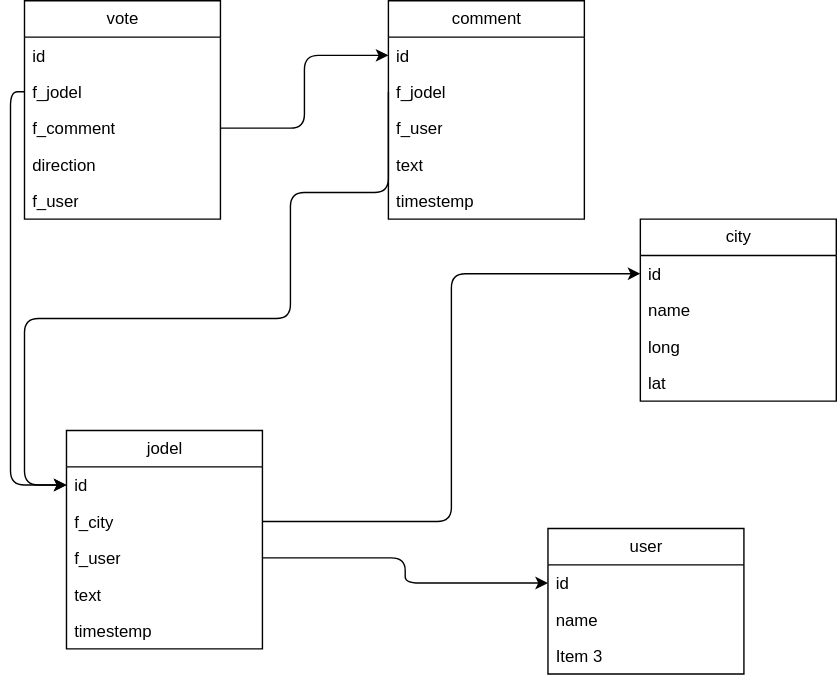
The draw.io diagram doc/diagram.svg in nicolai99/hs_jodel, before a commit. Source tidied: cells renumbered, new cells last; positions are measured from the earlier drawing's top-left corner, leaving out a move shared by most shapes.
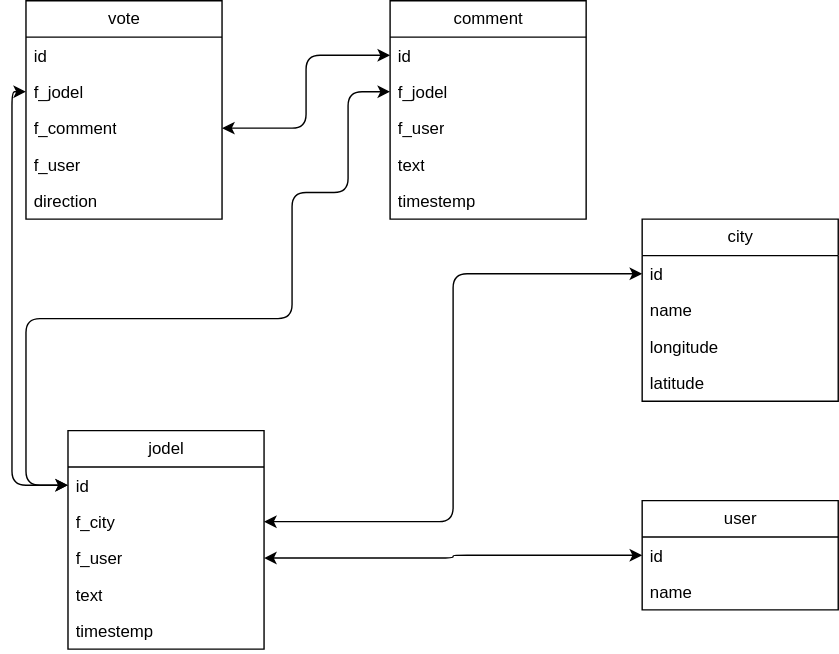
After the change.

The edit, as a diff of the source:
```diff
@@ -2,7 +2,7 @@
   <root>
     <mxCell id="0" />
     <mxCell id="1" parent="0" />
-    <mxCell id="2" style="edgeStyle=orthogonalEdgeStyle;html=1;entryX=0;entryY=0.5;entryDx=0;entryDy=0;exitX=0;exitY=0.5;exitDx=0;exitDy=0;" parent="1" edge="1" source="5" target="10">
+    <mxCell id="2" style="edgeStyle=orthogonalEdgeStyle;html=1;entryX=0;entryY=0.5;entryDx=0;entryDy=0;exitX=0;exitY=0.5;exitDx=0;exitDy=0;startArrow=classic;startFill=1;" parent="1" edge="1" source="5" target="10">
       <mxGeometry relative="1" as="geometry" />
     </mxCell>
     <mxCell id="3" value="vote" style="swimlane;fontStyle=0;horizontal=1;startSize=26;fillColor=none;html=1;" parent="1" vertex="1">
@@ -17,12 +17,12 @@
     <mxCell id="6" value="f_comment" style="text;strokeColor=none;fillColor=none;align=left;verticalAlign=top;spacingLeft=4;spacingRight=4;overflow=hidden;points=[[0,0.5],[1,0.5]];portConstraint=eastwest;whiteSpace=wrap;html=1;" parent="3" vertex="1">
       <mxGeometry y="78" width="140" height="26" as="geometry" />
     </mxCell>
+    <mxCell id="8" value="f_user" style="text;strokeColor=none;fillColor=none;align=left;verticalAlign=top;spacingLeft=4;spacingRight=4;overflow=hidden;whiteSpace=wrap;html=1;" parent="3" vertex="1">
+      <mxGeometry y="104" width="140" height="26" as="geometry" />
+    </mxCell>
     <mxCell id="7" value="direction" style="text;strokeColor=none;fillColor=none;align=left;verticalAlign=top;spacingLeft=4;spacingRight=4;overflow=hidden;whiteSpace=wrap;html=1;" parent="3" vertex="1">
-      <mxGeometry y="104" width="140" height="26" as="geometry" />
+      <mxGeometry y="130" width="140" height="26" as="geometry" />
     </mxCell>
-    <mxCell id="8" value="f_user" style="text;strokeColor=none;fillColor=none;align=left;verticalAlign=top;spacingLeft=4;spacingRight=4;overflow=hidden;whiteSpace=wrap;html=1;" parent="3" vertex="1">
-      <mxGeometry y="130" width="140" height="26" as="geometry" />
-    </mxCell>
     <mxCell id="9" value="jodel" style="swimlane;fontStyle=0;horizontal=1;startSize=26;fillColor=none;html=1;" parent="1" vertex="1">
       <mxGeometry x="30" y="307" width="140" height="156" as="geometry" />
     </mxCell>
@@ -68,14 +68,14 @@
     <mxCell id="23" value="name" style="text;strokeColor=none;fillColor=none;align=left;verticalAlign=top;spacingLeft=4;spacingRight=4;overflow=hidden;whiteSpace=wrap;html=1;" parent="21" vertex="1">
       <mxGeometry y="52" width="140" height="26" as="geometry" />
     </mxCell>
-    <mxCell id="24" value="long" style="text;strokeColor=none;fillColor=none;align=left;verticalAlign=top;spacingLeft=4;spacingRight=4;overflow=hidden;whiteSpace=wrap;html=1;" parent="21" vertex="1">
+    <mxCell id="24" value="longitude" style="text;strokeColor=none;fillColor=none;align=left;verticalAlign=top;spacingLeft=4;spacingRight=4;overflow=hidden;whiteSpace=wrap;html=1;" parent="21" vertex="1">
       <mxGeometry y="78" width="140" height="26" as="geometry" />
     </mxCell>
-    <mxCell id="25" value="lat" style="text;strokeColor=none;fillColor=none;align=left;verticalAlign=top;spacingLeft=4;spacingRight=4;overflow=hidden;whiteSpace=wrap;html=1;" parent="21" vertex="1">
+    <mxCell id="25" value="latitude" style="text;strokeColor=none;fillColor=none;align=left;verticalAlign=top;spacingLeft=4;spacingRight=4;overflow=hidden;whiteSpace=wrap;html=1;" parent="21" vertex="1">
       <mxGeometry y="104" width="140" height="26" as="geometry" />
     </mxCell>
     <mxCell id="26" value="user" style="swimlane;fontStyle=0;horizontal=1;startSize=26;fillColor=none;html=1;" parent="1" vertex="1">
-      <mxGeometry x="374" y="377" width="140" height="104" as="geometry" />
+      <mxGeometry x="440" y="357" width="140" height="78" as="geometry" />
     </mxCell>
     <mxCell id="27" value="id" style="text;strokeColor=none;fillColor=none;align=left;verticalAlign=top;spacingLeft=4;spacingRight=4;overflow=hidden;points=[[0,0.5],[1,0.5]];portConstraint=eastwest;whiteSpace=wrap;html=1;" parent="26" vertex="1">
       <mxGeometry y="26" width="140" height="26" as="geometry" />
@@ -83,13 +83,11 @@
     <mxCell id="28" value="name" style="text;strokeColor=none;fillColor=none;align=left;verticalAlign=top;spacingLeft=4;spacingRight=4;overflow=hidden;whiteSpace=wrap;html=1;" parent="26" vertex="1">
       <mxGeometry y="52" width="140" height="26" as="geometry" />
     </mxCell>
-    <mxCell id="29" value="Item 3" style="text;strokeColor=none;fillColor=none;align=left;verticalAlign=top;spacingLeft=4;spacingRight=4;overflow=hidden;whiteSpace=wrap;html=1;" parent="26" vertex="1">
-      <mxGeometry y="78" width="140" height="26" as="geometry" />
-    </mxCell>
-    <mxCell id="30" style="edgeStyle=orthogonalEdgeStyle;html=1;entryX=0;entryY=0.5;entryDx=0;entryDy=0;exitX=0;exitY=0.5;exitDx=0;exitDy=0;" parent="1" edge="1" source="17" target="10">
+    <mxCell id="30" style="edgeStyle=orthogonalEdgeStyle;html=1;entryX=0;entryY=0.5;entryDx=0;entryDy=0;exitX=0;exitY=0.5;exitDx=0;exitDy=0;startArrow=classic;startFill=1;" parent="1" edge="1" source="17" target="10">
       <mxGeometry relative="1" as="geometry">
         <Array as="points">
-          <mxPoint x="260" y="137" />
+          <mxPoint x="230" y="65" />
+          <mxPoint x="230" y="137" />
           <mxPoint x="190" y="137" />
           <mxPoint x="190" y="227" />
           <mxPoint y="227" />
@@ -97,13 +95,13 @@
         </Array>
       </mxGeometry>
     </mxCell>
-    <mxCell id="31" style="edgeStyle=orthogonalEdgeStyle;html=1;" parent="1" edge="1" source="6" target="16">
+    <mxCell id="31" style="edgeStyle=orthogonalEdgeStyle;html=1;startArrow=classic;startFill=1;" parent="1" edge="1" source="6" target="16">
       <mxGeometry relative="1" as="geometry" />
     </mxCell>
-    <mxCell id="32" style="edgeStyle=orthogonalEdgeStyle;html=1;entryX=0;entryY=0.5;entryDx=0;entryDy=0;" parent="1" edge="1" source="11" target="22">
+    <mxCell id="32" style="edgeStyle=orthogonalEdgeStyle;html=1;entryX=0;entryY=0.5;entryDx=0;entryDy=0;startArrow=classic;startFill=1;" parent="1" edge="1" source="11" target="22">
       <mxGeometry relative="1" as="geometry" />
     </mxCell>
-    <mxCell id="33" style="edgeStyle=orthogonalEdgeStyle;html=1;entryX=0;entryY=0.5;entryDx=0;entryDy=0;" parent="1" edge="1" source="12" target="27">
+    <mxCell id="33" style="edgeStyle=orthogonalEdgeStyle;html=1;entryX=0;entryY=0.5;entryDx=0;entryDy=0;startArrow=classic;startFill=1;" parent="1" edge="1" source="12" target="27">
       <mxGeometry relative="1" as="geometry" />
     </mxCell>
   </root>
```
